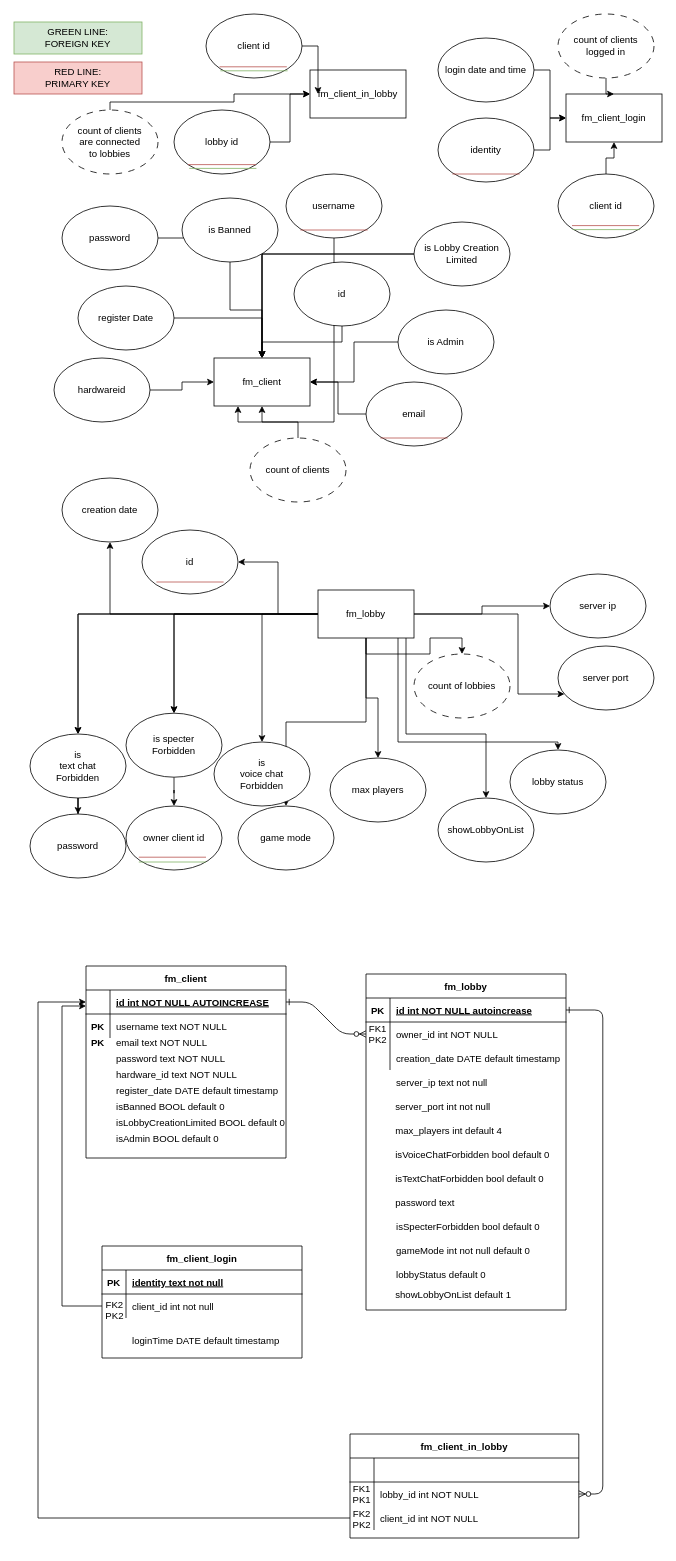
turnaduw/fluffyMultiplayer keeps this draw.io diagram as docs/database/server/server-database.drawio. Above is the earlier version. Source tidied: cells renumbered, new cells numbered last; positions are measured from the earlier drawing's top-left corner, leaving out a move shared by most shapes. Both pictures are drawn from the tidied source at 80%, with x=0, y=0 at pixel (14, 14).
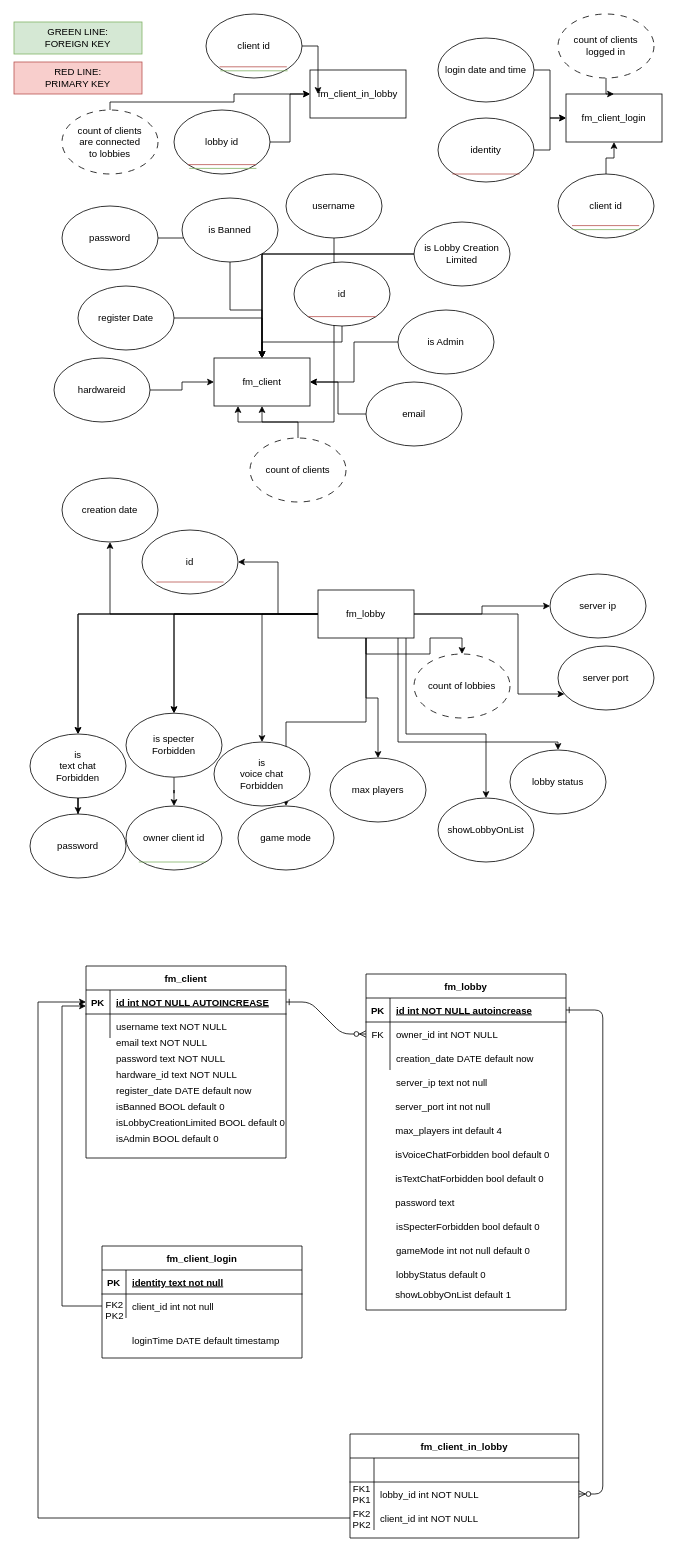
The same page after the edit.

Unchanged cells that the change refers to:
```xml
<mxCell id="55" value="id" style="ellipse;whiteSpace=wrap;html=1;" parent="1" vertex="1">
  <mxGeometry x="350" y="310" width="120" height="80" as="geometry" />
</mxCell>
<mxCell id="81" style="shape=partialRectangle;fillColor=none;points=[[0,0.5],[1,0.5]];portConstraint=eastwest;top=0;left=0;right=0;bottom=0;" parent="77" vertex="1">
  <mxGeometry y="60" width="250" height="30" as="geometry" />
</mxCell>
<mxCell id="84" style="shape=partialRectangle;fillColor=none;top=0;left=0;right=0;bottom=0;" parent="77" vertex="1">
  <mxGeometry y="90" width="250" height="30" as="geometry" />
</mxCell>
<mxCell id="101" style="shape=partialRectangle;fillColor=none;top=0;left=0;right=0;bottom=0;" parent="97" vertex="1">
  <mxGeometry y="60" width="250" height="30" as="geometry" />
</mxCell>
```

Change to the diagram source:
```diff
@@
-    <mxCell id="70" style="endArrow=none;html=1;rounded=0;exitX=0;exitY=1;exitDx=0;exitDy=0;entryX=1;entryY=1;entryDx=0;entryDy=0;fillColor=#f8cecc;strokeColor=#b85450;" parent="1" edge="1">
-      <mxGeometry relative="1" as="geometry">
-        <mxPoint x="358" y="270" as="sourcePoint" />
-        <mxPoint x="442" y="270" as="targetPoint" />
-      </mxGeometry>
+    <mxCell id="70" style="endArrow=none;html=1;rounded=0;exitX=0;exitY=1;exitDx=0;exitDy=0;entryX=1;entryY=1;entryDx=0;entryDy=0;fillColor=#f8cecc;strokeColor=#b85450;" parent="1" edge="1" source="55" target="55">
+      <mxGeometry relative="1" as="geometry" />
     </mxCell>
-    <mxCell id="71" style="endArrow=none;html=1;rounded=0;exitX=0;exitY=1;exitDx=0;exitDy=0;entryX=1;entryY=1;entryDx=0;entryDy=0;fillColor=#f8cecc;strokeColor=#b85450;" parent="1" edge="1">
-      <mxGeometry relative="1" as="geometry">
-        <mxPoint x="458" y="530" as="sourcePoint" />
-        <mxPoint x="542" y="530" as="targetPoint" />
-      </mxGeometry>
-    </mxCell>
@@
-    <mxCell id="82" value="FK1&#10;PK2" style="shape=partialRectangle;overflow=hidden;fillColor=none;top=0;left=0;bottom=0;right=0;" parent="81" vertex="1">
+    <mxCell id="82" value="FK" style="shape=partialRectangle;overflow=hidden;fillColor=none;top=0;left=0;bottom=0;right=0;" parent="81" vertex="1">
       <mxGeometry width="30" height="30" as="geometry" />
     </mxCell>
@@
-    <mxCell id="86" value="creation_date DATE default timestamp" style="shape=partialRectangle;overflow=hidden;fillColor=none;top=0;left=0;bottom=0;right=0;align=left;spacingLeft=6;" parent="84" vertex="1">
+    <mxCell id="86" value="creation_date DATE default now" style="shape=partialRectangle;overflow=hidden;fillColor=none;top=0;left=0;bottom=0;right=0;align=left;spacingLeft=6;" parent="84" vertex="1">
       <mxGeometry x="30" width="220" height="30" as="geometry" />
     </mxCell>
@@
-    <mxCell id="102" value="PK" style="shape=partialRectangle;overflow=hidden;fillColor=none;top=0;left=0;bottom=0;right=0;fontStyle=1;" parent="101" vertex="1">
+    <mxCell id="102" style="shape=partialRectangle;overflow=hidden;fillColor=none;top=0;left=0;bottom=0;right=0;fontStyle=1;" parent="101" vertex="1">
       <mxGeometry width="30" height="30" as="geometry" />
     </mxCell>
@@
     <mxCell id="113" value="PK" style="shape=partialRectangle;overflow=hidden;fillColor=none;top=0;left=0;bottom=0;right=0;fontStyle=1;" parent="1" vertex="1">
-      <mxGeometry x="90" y="1270" width="30" height="30" as="geometry" />
+      <mxGeometry x="90" y="1220" width="30" height="30" as="geometry" />
     </mxCell>
@@
-    <mxCell id="116" value="register_date DATE default timestamp" style="shape=partialRectangle;overflow=hidden;fillColor=none;top=0;left=0;bottom=0;right=0;align=left;spacingLeft=6;" parent="1" vertex="1">
+    <mxCell id="116" value="register_date DATE default now" style="shape=partialRectangle;overflow=hidden;fillColor=none;top=0;left=0;bottom=0;right=0;align=left;spacingLeft=6;" parent="1" vertex="1">
       <mxGeometry x="120" y="1330" width="220" height="30" as="geometry" />
     </mxCell>
@@
-    <mxCell id="134" style="endArrow=none;html=1;rounded=0;exitX=0;exitY=1;exitDx=0;exitDy=0;entryX=1;entryY=1;entryDx=0;entryDy=0;fillColor=#f8cecc;strokeColor=#b85450;" parent="1" edge="1">
-      <mxGeometry relative="1" as="geometry">
-        <mxPoint x="156" y="1054" as="sourcePoint" />
-        <mxPoint x="240" y="1054" as="targetPoint" />
-      </mxGeometry>
-    </mxCell>
```
